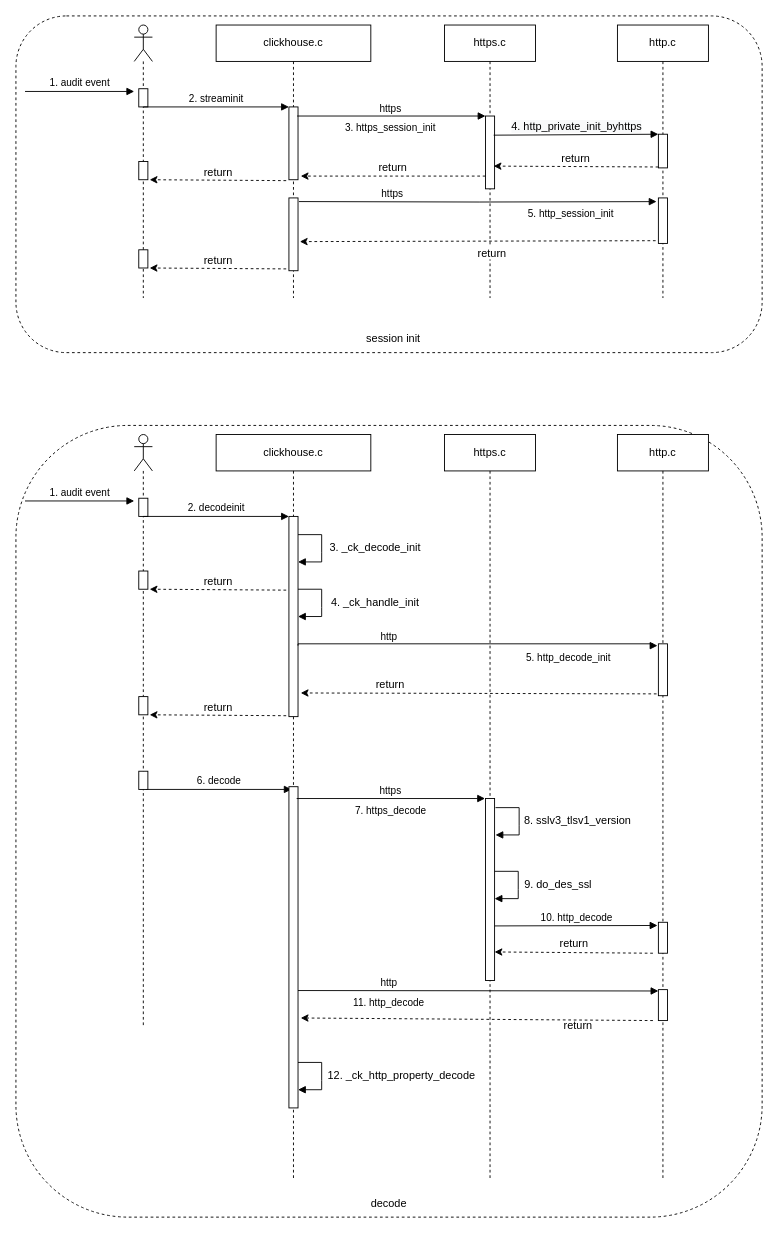
Before: clickhouse interact http.drawio in leonce28/draw-io-img, a draw.io diagram. Source tidied: cells renumbered, new cells numbered last; positions are measured from the earlier drawing's top-left corner, leaving out a move shared by most shapes. Both pictures are drawn from the tidied source at 91%, with x=0, y=0 at pixel (15, 15).
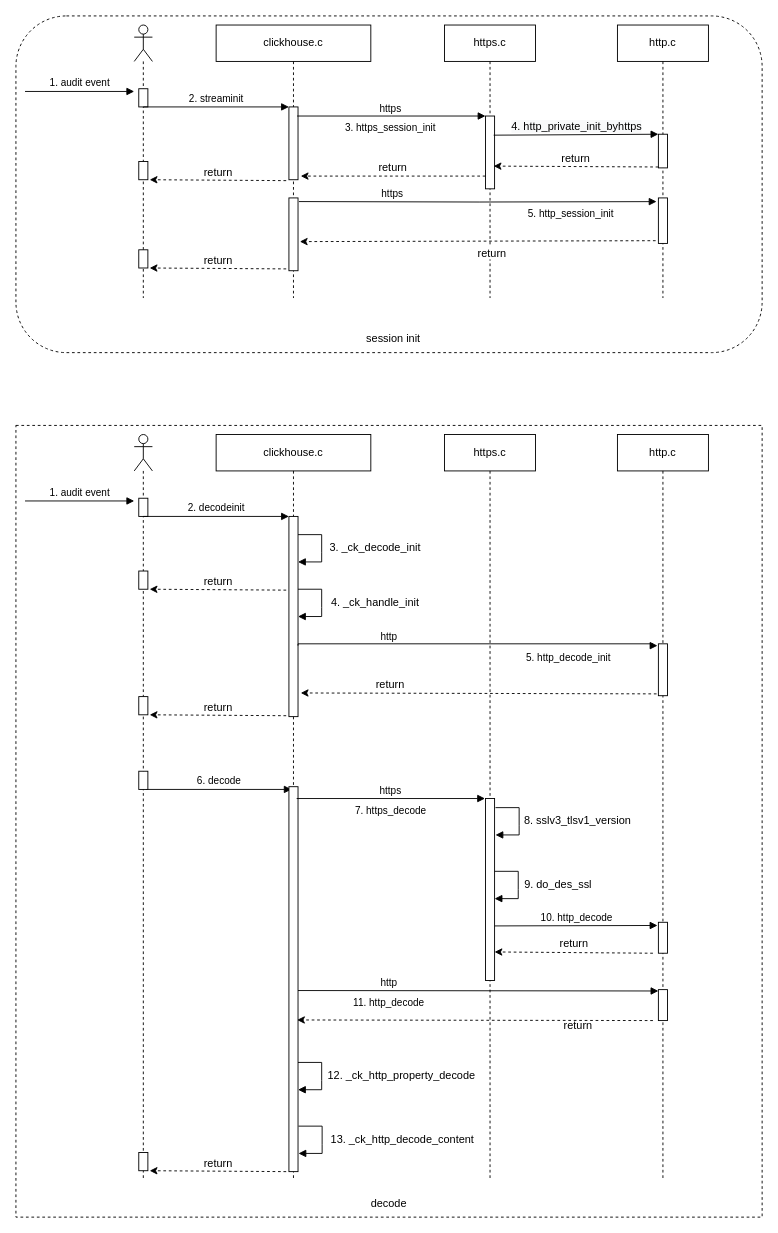
After the change.

Unchanged cells that the change refers to:
```xml
<mxCell id="32" value="clickhouse.c" style="shape=umlLifeline;perimeter=lifelinePerimeter;whiteSpace=wrap;html=1;" parent="1" vertex="1">
  <mxGeometry x="220" y="460" width="170" height="820" as="geometry" />
</mxCell>
<mxCell id="42" value="http.c" style="shape=umlLifeline;perimeter=lifelinePerimeter;whiteSpace=wrap;html=1;" parent="1" vertex="1">
  <mxGeometry x="661" y="460" width="100" height="820" as="geometry" />
</mxCell>
```

What changed in the source:
```diff
@@
-    <mxCell id="28" style="rounded=1;whiteSpace=wrap;html=1;fontFamily=Helvetica;fontSize=12;fillColor=none;dashed=1;" parent="1" vertex="1">
+    <mxCell id="28" style="rounded=0;whiteSpace=wrap;html=1;fontFamily=Helvetica;fontSize=12;fillColor=none;dashed=1;" parent="1" vertex="1">
       <mxGeometry y="450" width="820" height="870" as="geometry" />
     </mxCell>
     <mxCell id="29" style="shape=umlLifeline;participant=umlActor;perimeter=lifelinePerimeter;whiteSpace=wrap;html=1;verticalAlign=top;spacingTop=36;" parent="1" vertex="1">
-      <mxGeometry x="130" y="460" width="20" height="650" as="geometry" />
+      <mxGeometry x="130" y="460" width="20" height="820" as="geometry" />
     </mxCell>
@@
     <mxCell id="37" style="html=1;points=[];perimeter=orthogonalPerimeter;" parent="32" vertex="1">
-      <mxGeometry x="80" y="387" width="10" height="353" as="geometry" />
+      <mxGeometry x="80" y="387" width="10" height="423" as="geometry" />
     </mxCell>
+    <mxCell id="70" style="html=1;perimeter=orthogonalPerimeter;" parent="32" vertex="1">
+      <mxGeometry x="-85" y="789" width="10" height="20" as="geometry" />
+    </mxCell>
+    <mxCell id="71" value="return" style="html=1;verticalAlign=bottom;endArrow=classic;dashed=1;endSize=6;exitX=0;exitY=0.95;rounded=0;fontFamily=Helvetica;fontSize=12;fontColor=default;strokeWidth=1;endFill=1;" parent="32" edge="1">
+      <mxGeometry relative="1" as="geometry">
+        <mxPoint x="77" y="810" as="sourcePoint" />
+        <mxPoint x="-73" y="809" as="targetPoint" />
+      </mxGeometry>
+    </mxCell>
@@
-    <mxCell id="47" style="html=1;verticalAlign=bottom;endArrow=classic;dashed=1;endSize=6;exitX=0;exitY=0.95;rounded=0;fontFamily=Helvetica;fontSize=12;fontColor=default;strokeWidth=1;endFill=1;entryX=1.3;entryY=0.72;entryDx=0;entryDy=0;entryPerimeter=0;" parent="42" edge="1" target="37">
+    <mxCell id="47" style="html=1;verticalAlign=bottom;endArrow=classic;dashed=1;endSize=6;exitX=0;exitY=0.95;rounded=0;fontFamily=Helvetica;fontSize=12;fontColor=default;strokeWidth=1;endFill=1;entryX=0.9;entryY=0.606;entryDx=0;entryDy=0;entryPerimeter=0;" parent="42" edge="1" target="37">
       <mxGeometry x="-0.54" y="16" relative="1" as="geometry">
         <mxPoint x="39" y="644" as="sourcePoint" />
       </mxGeometry>
     </mxCell>
@@
+    <mxCell id="72" style="endArrow=block;endFill=1;endSize=6;html=1;rounded=0;align=left;verticalAlign=top;exitX=0.9;exitY=0.25;exitDx=0;exitDy=0;exitPerimeter=0;strokeWidth=1;" parent="1" edge="1">
+      <mxGeometry relative="1" as="geometry">
+        <mxPoint x="310.5" y="1220" as="sourcePoint" />
+        <mxPoint x="310.5" y="1250" as="targetPoint" />
+        <Array as="points">
+          <mxPoint x="336.5" y="1220" />
+          <mxPoint x="336.5" y="1240" />
+          <mxPoint x="336.5" y="1250" />
+        </Array>
+      </mxGeometry>
+    </mxCell>
+    <mxCell id="73" value="13. _ck_http_decode_content" style="text;html=1;strokeColor=none;fillColor=none;align=center;verticalAlign=middle;whiteSpace=wrap;rounded=0;dashed=1;fontFamily=Helvetica;fontSize=12;fontColor=default;" parent="1" vertex="1">
+      <mxGeometry x="339.5" y="1220" width="170" height="30" as="geometry" />
+    </mxCell>
```
